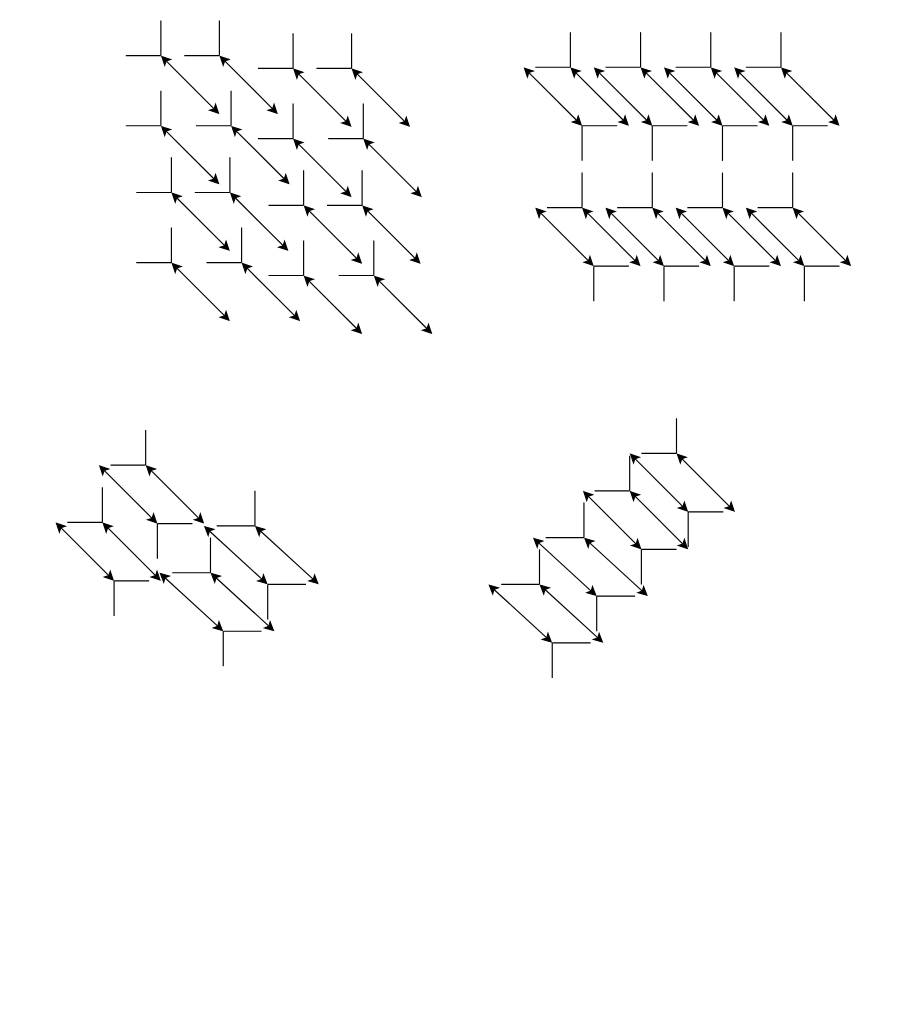
Before: page "Page-2" (2 of 2) of Vector_decomp.drawio in rebelclause/AI, a draw.io diagram. Source tidied: cells renumbered, new cells numbered last; positions are measured from the earlier drawing's top-left corner, leaving out a move shared by most shapes. Both pictures are drawn from the tidied source at 117%, with x=0, y=0 at pixel (43, 8).
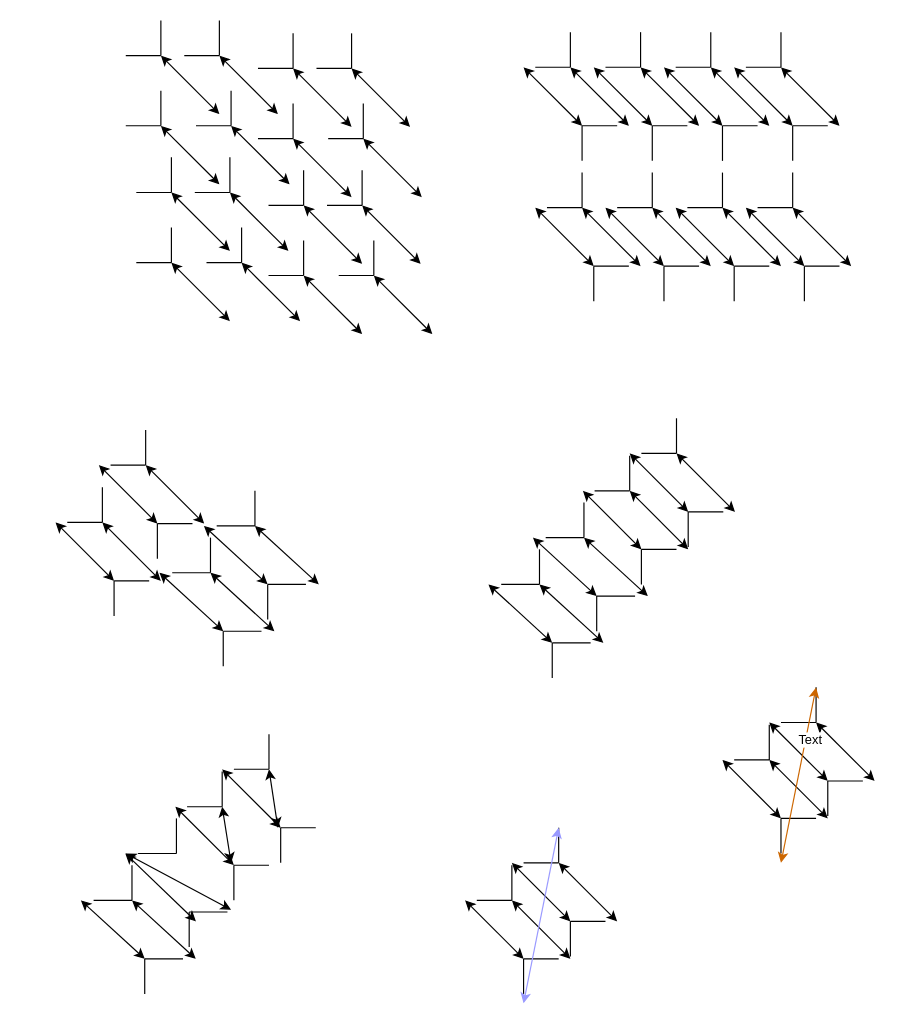
The same page after the edit.

What changed in the source:
```diff
@@
+    <mxCell id="246" style="endArrow=classic;startArrow=classic;html=1;rounded=0;" parent="1" edge="1">
+      <mxGeometry relative="1" as="geometry">
+        <mxPoint x="160" y="770" as="sourcePoint" />
+        <mxPoint x="70" y="722" as="targetPoint" />
+      </mxGeometry>
+    </mxCell>
+    <mxCell id="247" style="endArrow=classic;startArrow=classic;html=1;rounded=0;" parent="1" edge="1">
+      <mxGeometry relative="1" as="geometry">
+        <mxPoint x="69.6" y="722" as="sourcePoint" />
+        <mxPoint x="130" y="780" as="targetPoint" />
+      </mxGeometry>
+    </mxCell>
+    <mxCell id="248" style="endArrow=none;html=1;rounded=0;" parent="1" edge="1">
+      <mxGeometry relative="1" as="geometry">
+        <mxPoint x="124.2" y="772" as="sourcePoint" />
+        <mxPoint x="156.9" y="772" as="targetPoint" />
+      </mxGeometry>
+    </mxCell>
+    <mxCell id="249" style="endArrow=none;html=1;rounded=0;" parent="1" edge="1">
+      <mxGeometry relative="1" as="geometry">
+        <mxPoint x="124.2" y="772" as="sourcePoint" />
+        <mxPoint x="124.2" y="802" as="targetPoint" />
+      </mxGeometry>
+    </mxCell>
+    <mxCell id="250" style="endArrow=classic;startArrow=classic;html=1;rounded=0;" parent="1" edge="1">
+      <mxGeometry relative="1" as="geometry">
+        <mxPoint x="31.6" y="762" as="sourcePoint" />
+        <mxPoint x="86.2" y="812" as="targetPoint" />
+      </mxGeometry>
+    </mxCell>
+    <mxCell id="251" style="endArrow=none;html=1;rounded=0;" parent="1" edge="1">
+      <mxGeometry relative="1" as="geometry">
+        <mxPoint x="86.2" y="812" as="sourcePoint" />
+        <mxPoint x="118.9" y="812" as="targetPoint" />
+      </mxGeometry>
+    </mxCell>
+    <mxCell id="252" style="endArrow=none;html=1;rounded=0;" parent="1" edge="1">
+      <mxGeometry relative="1" as="geometry">
+        <mxPoint x="86.2" y="812" as="sourcePoint" />
+        <mxPoint x="86.2" y="842" as="targetPoint" />
+      </mxGeometry>
+    </mxCell>
+    <mxCell id="253" style="endArrow=classic;startArrow=classic;html=1;rounded=0;" parent="1" edge="1">
+      <mxGeometry relative="1" as="geometry">
+        <mxPoint x="129.8" y="812" as="sourcePoint" />
+        <mxPoint x="75.3" y="762" as="targetPoint" />
+      </mxGeometry>
+    </mxCell>
+    <mxCell id="254" style="endArrow=none;html=1;rounded=0;" parent="1" edge="1">
+      <mxGeometry relative="1" as="geometry">
+        <mxPoint x="75.3" y="762" as="sourcePoint" />
+        <mxPoint x="42.5" y="762" as="targetPoint" />
+      </mxGeometry>
+    </mxCell>
+    <mxCell id="255" style="endArrow=none;html=1;rounded=0;" parent="1" edge="1">
+      <mxGeometry relative="1" as="geometry">
+        <mxPoint x="75.3" y="762" as="sourcePoint" />
+        <mxPoint x="75.3" y="732" as="targetPoint" />
+      </mxGeometry>
+    </mxCell>
+    <mxCell id="256" style="endArrow=none;html=1;rounded=0;" parent="1" edge="1">
+      <mxGeometry relative="1" as="geometry">
+        <mxPoint x="113.3" y="722" as="sourcePoint" />
+        <mxPoint x="80.5" y="722" as="targetPoint" />
+      </mxGeometry>
+    </mxCell>
+    <mxCell id="257" style="endArrow=none;html=1;rounded=0;" parent="1" edge="1">
+      <mxGeometry relative="1" as="geometry">
+        <mxPoint x="113.3" y="722" as="sourcePoint" />
+        <mxPoint x="113.3" y="692" as="targetPoint" />
+      </mxGeometry>
+    </mxCell>
+    <mxCell id="258" style="endArrow=classic;startArrow=classic;html=1;rounded=0;" parent="1" edge="1">
+      <mxGeometry relative="1" as="geometry">
+        <mxPoint x="160" y="730" as="sourcePoint" />
+        <mxPoint x="152.4" y="682" as="targetPoint" />
+      </mxGeometry>
+    </mxCell>
+    <mxCell id="259" style="endArrow=none;html=1;rounded=0;" parent="1" edge="1">
+      <mxGeometry relative="1" as="geometry">
+        <mxPoint x="152.4" y="682" as="sourcePoint" />
+        <mxPoint x="122.4" y="682" as="targetPoint" />
+      </mxGeometry>
+    </mxCell>
+    <mxCell id="260" style="endArrow=none;html=1;rounded=0;" parent="1" edge="1">
+      <mxGeometry relative="1" as="geometry">
+        <mxPoint x="152.4" y="682" as="sourcePoint" />
+        <mxPoint x="152.4" y="652" as="targetPoint" />
+      </mxGeometry>
+    </mxCell>
+    <mxCell id="261" style="endArrow=classic;startArrow=classic;html=1;rounded=0;" parent="1" edge="1">
+      <mxGeometry relative="1" as="geometry">
+        <mxPoint x="200" y="700" as="sourcePoint" />
+        <mxPoint x="192.4" y="650" as="targetPoint" />
+      </mxGeometry>
+    </mxCell>
+    <mxCell id="262" style="endArrow=none;html=1;rounded=0;" parent="1" edge="1">
+      <mxGeometry relative="1" as="geometry">
+        <mxPoint x="192.4" y="650" as="sourcePoint" />
+        <mxPoint x="162.4" y="650" as="targetPoint" />
+      </mxGeometry>
+    </mxCell>
+    <mxCell id="263" style="endArrow=none;html=1;rounded=0;" parent="1" edge="1">
+      <mxGeometry relative="1" as="geometry">
+        <mxPoint x="192.4" y="650" as="sourcePoint" />
+        <mxPoint x="192.4" y="620" as="targetPoint" />
+      </mxGeometry>
+    </mxCell>
+    <mxCell id="264" style="endArrow=classic;startArrow=classic;html=1;rounded=0;" parent="1" edge="1">
+      <mxGeometry relative="1" as="geometry">
+        <mxPoint x="152.4" y="650" as="sourcePoint" />
+        <mxPoint x="202.4" y="700" as="targetPoint" />
+      </mxGeometry>
+    </mxCell>
+    <mxCell id="265" style="endArrow=none;html=1;rounded=0;" parent="1" edge="1">
+      <mxGeometry relative="1" as="geometry">
+        <mxPoint x="202.4" y="700" as="sourcePoint" />
+        <mxPoint x="232.4" y="700" as="targetPoint" />
+      </mxGeometry>
+    </mxCell>
+    <mxCell id="266" style="endArrow=none;html=1;rounded=0;" parent="1" edge="1">
+      <mxGeometry relative="1" as="geometry">
+        <mxPoint x="202.4" y="700" as="sourcePoint" />
+        <mxPoint x="202.4" y="730" as="targetPoint" />
+      </mxGeometry>
+    </mxCell>
+    <mxCell id="267" style="endArrow=classic;startArrow=classic;html=1;rounded=0;" parent="1" edge="1">
+      <mxGeometry relative="1" as="geometry">
+        <mxPoint x="112.4" y="682" as="sourcePoint" />
+        <mxPoint x="162.4" y="732" as="targetPoint" />
+      </mxGeometry>
+    </mxCell>
+    <mxCell id="268" style="endArrow=none;html=1;rounded=0;" parent="1" edge="1">
+      <mxGeometry relative="1" as="geometry">
+        <mxPoint x="162.4" y="732" as="sourcePoint" />
+        <mxPoint x="192.4" y="732" as="targetPoint" />
+      </mxGeometry>
+    </mxCell>
+    <mxCell id="269" style="endArrow=none;html=1;rounded=0;" parent="1" edge="1">
+      <mxGeometry relative="1" as="geometry">
+        <mxPoint x="162.4" y="732" as="sourcePoint" />
+        <mxPoint x="162.4" y="762" as="targetPoint" />
+      </mxGeometry>
+    </mxCell>
+    <mxCell id="270" style="group;" parent="1" vertex="1">
+      <mxGeometry x="360" y="700" width="130" height="142" as="geometry" />
+    </mxCell>
+    <mxCell id="271" style="endArrow=classic;startArrow=classic;html=1;rounded=0;" parent="270" edge="1">
+      <mxGeometry relative="1" as="geometry">
+        <mxPoint x="90" y="112" as="sourcePoint" />
+        <mxPoint x="40" y="62" as="targetPoint" />
+      </mxGeometry>
+    </mxCell>
+    <mxCell id="272" style="endArrow=none;html=1;rounded=0;" parent="270" edge="1">
+      <mxGeometry relative="1" as="geometry">
+        <mxPoint x="40" y="62" as="sourcePoint" />
+        <mxPoint x="10" y="62" as="targetPoint" />
+      </mxGeometry>
+    </mxCell>
+    <mxCell id="273" style="endArrow=none;html=1;rounded=0;" parent="270" edge="1">
+      <mxGeometry relative="1" as="geometry">
+        <mxPoint x="40" y="62" as="sourcePoint" />
+        <mxPoint x="40" y="32" as="targetPoint" />
+      </mxGeometry>
+    </mxCell>
+    <mxCell id="274" style="endArrow=classic;startArrow=classic;html=1;rounded=0;" parent="270" edge="1">
+      <mxGeometry relative="1" as="geometry">
+        <mxPoint x="130" y="80" as="sourcePoint" />
+        <mxPoint x="80" y="30" as="targetPoint" />
+      </mxGeometry>
+    </mxCell>
+    <mxCell id="275" style="endArrow=none;html=1;rounded=0;" parent="270" edge="1">
+      <mxGeometry relative="1" as="geometry">
+        <mxPoint x="80" y="30" as="sourcePoint" />
+        <mxPoint x="50" y="30" as="targetPoint" />
+      </mxGeometry>
+    </mxCell>
+    <mxCell id="276" style="endArrow=none;html=1;rounded=0;" parent="270" edge="1">
+      <mxGeometry relative="1" as="geometry">
+        <mxPoint x="80" y="30" as="sourcePoint" />
+        <mxPoint x="80" as="targetPoint" />
+      </mxGeometry>
+    </mxCell>
+    <mxCell id="277" style="endArrow=classic;startArrow=classic;html=1;rounded=0;" parent="270" edge="1">
+      <mxGeometry relative="1" as="geometry">
+        <mxPoint x="40" y="30" as="sourcePoint" />
+        <mxPoint x="90" y="80" as="targetPoint" />
+      </mxGeometry>
+    </mxCell>
+    <mxCell id="278" style="endArrow=none;html=1;rounded=0;" parent="270" edge="1">
+      <mxGeometry relative="1" as="geometry">
+        <mxPoint x="90" y="80" as="sourcePoint" />
+        <mxPoint x="120" y="80" as="targetPoint" />
+      </mxGeometry>
+    </mxCell>
+    <mxCell id="279" style="endArrow=none;html=1;rounded=0;" parent="270" edge="1">
+      <mxGeometry relative="1" as="geometry">
+        <mxPoint x="90" y="80" as="sourcePoint" />
+        <mxPoint x="90" y="110" as="targetPoint" />
+      </mxGeometry>
+    </mxCell>
+    <mxCell id="280" style="endArrow=classic;startArrow=classic;html=1;rounded=0;" parent="270" edge="1">
+      <mxGeometry relative="1" as="geometry">
+        <mxPoint y="62" as="sourcePoint" />
+        <mxPoint x="50" y="112" as="targetPoint" />
+      </mxGeometry>
+    </mxCell>
+    <mxCell id="281" style="endArrow=none;html=1;rounded=0;" parent="270" edge="1">
+      <mxGeometry relative="1" as="geometry">
+        <mxPoint x="50" y="112" as="sourcePoint" />
+        <mxPoint x="80" y="112" as="targetPoint" />
+      </mxGeometry>
+    </mxCell>
+    <mxCell id="282" style="endArrow=none;html=1;rounded=0;" parent="270" edge="1">
+      <mxGeometry relative="1" as="geometry">
+        <mxPoint x="50" y="112" as="sourcePoint" />
+        <mxPoint x="50" y="142" as="targetPoint" />
+      </mxGeometry>
+    </mxCell>
+    <mxCell id="283" style="endArrow=classic;startArrow=classic;html=1;rounded=0;strokeColor=#9999FF;" parent="1" edge="1">
+      <mxGeometry relative="1" as="geometry">
+        <mxPoint x="410" y="850" as="sourcePoint" />
+        <mxPoint x="440" y="700" as="targetPoint" />
+      </mxGeometry>
+    </mxCell>
+    <mxCell id="284" style="group;" parent="1" vertex="1">
+      <mxGeometry x="580" y="580" width="130" height="150" as="geometry" />
+    </mxCell>
+    <mxCell id="285" style="group;" parent="284" vertex="1">
+      <mxGeometry width="130" height="142" as="geometry" />
+    </mxCell>
+    <mxCell id="286" style="endArrow=classic;startArrow=classic;html=1;rounded=0;" parent="285" edge="1">
+      <mxGeometry relative="1" as="geometry">
+        <mxPoint x="90" y="112" as="sourcePoint" />
+        <mxPoint x="40" y="62" as="targetPoint" />
+      </mxGeometry>
+    </mxCell>
+    <mxCell id="287" style="endArrow=none;html=1;rounded=0;" parent="285" edge="1">
+      <mxGeometry relative="1" as="geometry">
+        <mxPoint x="40" y="62" as="sourcePoint" />
+        <mxPoint x="10" y="62" as="targetPoint" />
+      </mxGeometry>
+    </mxCell>
+    <mxCell id="288" style="endArrow=none;html=1;rounded=0;" parent="285" edge="1">
+      <mxGeometry relative="1" as="geometry">
+        <mxPoint x="40" y="62" as="sourcePoint" />
+        <mxPoint x="40" y="32" as="targetPoint" />
+      </mxGeometry>
+    </mxCell>
+    <mxCell id="289" style="endArrow=classic;startArrow=classic;html=1;rounded=0;" parent="285" edge="1">
+      <mxGeometry relative="1" as="geometry">
+        <mxPoint x="130" y="80" as="sourcePoint" />
+        <mxPoint x="80" y="30" as="targetPoint" />
+      </mxGeometry>
+    </mxCell>
+    <mxCell id="290" style="endArrow=none;html=1;rounded=0;" parent="285" edge="1">
+      <mxGeometry relative="1" as="geometry">
+        <mxPoint x="80" y="30" as="sourcePoint" />
+        <mxPoint x="50" y="30" as="targetPoint" />
+      </mxGeometry>
+    </mxCell>
+    <mxCell id="291" style="endArrow=none;html=1;rounded=0;" parent="285" edge="1">
+      <mxGeometry relative="1" as="geometry">
+        <mxPoint x="80" y="30" as="sourcePoint" />
+        <mxPoint x="80" as="targetPoint" />
+      </mxGeometry>
+    </mxCell>
+    <mxCell id="292" style="endArrow=classic;startArrow=classic;html=1;rounded=0;" parent="285" edge="1">
+      <mxGeometry relative="1" as="geometry">
+        <mxPoint x="40" y="30" as="sourcePoint" />
+        <mxPoint x="90" y="80" as="targetPoint" />
+      </mxGeometry>
+    </mxCell>
+    <mxCell id="293" style="endArrow=none;html=1;rounded=0;" parent="285" edge="1">
+      <mxGeometry relative="1" as="geometry">
+        <mxPoint x="90" y="80" as="sourcePoint" />
+        <mxPoint x="120" y="80" as="targetPoint" />
+      </mxGeometry>
+    </mxCell>
+    <mxCell id="294" style="endArrow=none;html=1;rounded=0;" parent="285" edge="1">
+      <mxGeometry relative="1" as="geometry">
+        <mxPoint x="90" y="80" as="sourcePoint" />
+        <mxPoint x="90" y="110" as="targetPoint" />
+      </mxGeometry>
+    </mxCell>
+    <mxCell id="295" style="endArrow=classic;startArrow=classic;html=1;rounded=0;" parent="285" edge="1">
+      <mxGeometry relative="1" as="geometry">
+        <mxPoint y="62" as="sourcePoint" />
+        <mxPoint x="50" y="112" as="targetPoint" />
+      </mxGeometry>
+    </mxCell>
+    <mxCell id="296" style="endArrow=none;html=1;rounded=0;" parent="285" edge="1">
+      <mxGeometry relative="1" as="geometry">
+        <mxPoint x="50" y="112" as="sourcePoint" />
+        <mxPoint x="80" y="112" as="targetPoint" />
+      </mxGeometry>
+    </mxCell>
+    <mxCell id="297" style="endArrow=none;html=1;rounded=0;" parent="285" edge="1">
+      <mxGeometry relative="1" as="geometry">
+        <mxPoint x="50" y="112" as="sourcePoint" />
+        <mxPoint x="50" y="142" as="targetPoint" />
+      </mxGeometry>
+    </mxCell>
+    <mxCell id="298" style="endArrow=classic;startArrow=classic;html=1;rounded=0;strokeColor=#CC6600;" parent="284" edge="1">
+      <mxGeometry relative="1" as="geometry">
+        <mxPoint x="50" y="150" as="sourcePoint" />
+        <mxPoint x="80" as="targetPoint" />
+      </mxGeometry>
+    </mxCell>
+    <mxCell id="299" value="Text" style="edgeLabel;html=1;align=center;verticalAlign=middle;" parent="298" vertex="1">
+      <mxGeometry x="0.41" y="-3" relative="1" as="geometry" />
+    </mxCell>
```
